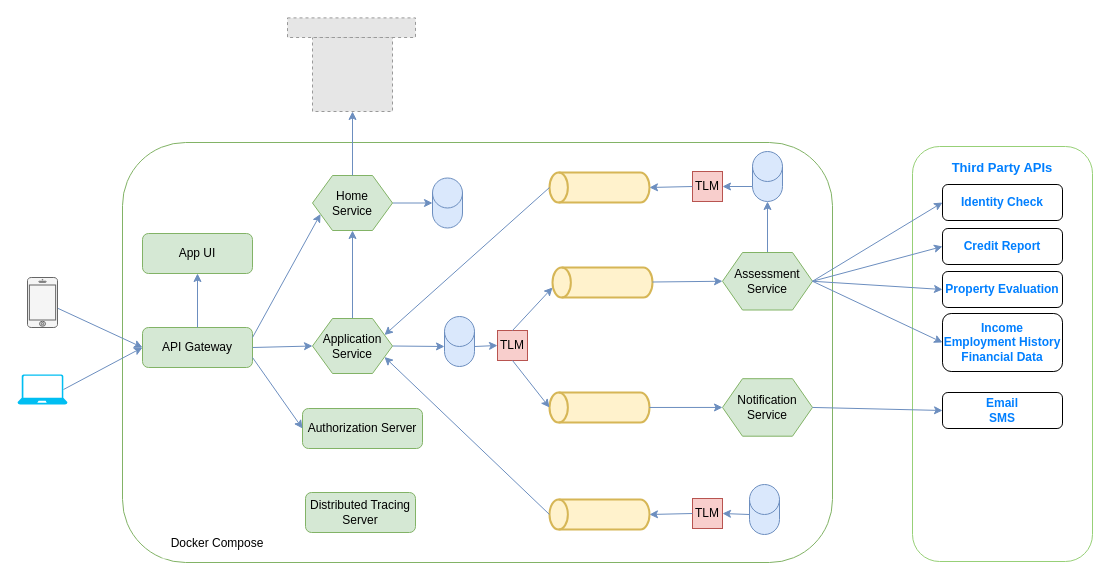
Before: 02-architecture/02-logical-components-docker.drawio in huynm20051990/loan-origination-system, a draw.io diagram. Source tidied: cells renumbered, new cells numbered last; positions are measured from the earlier drawing's top-left corner, leaving out a move shared by most shapes. Both pictures are drawn from the tidied source at 100%, with x=0, y=0 at pixel (17, 17). Pictures stored in the file or linked from it are replaced by grey dashed boxes.
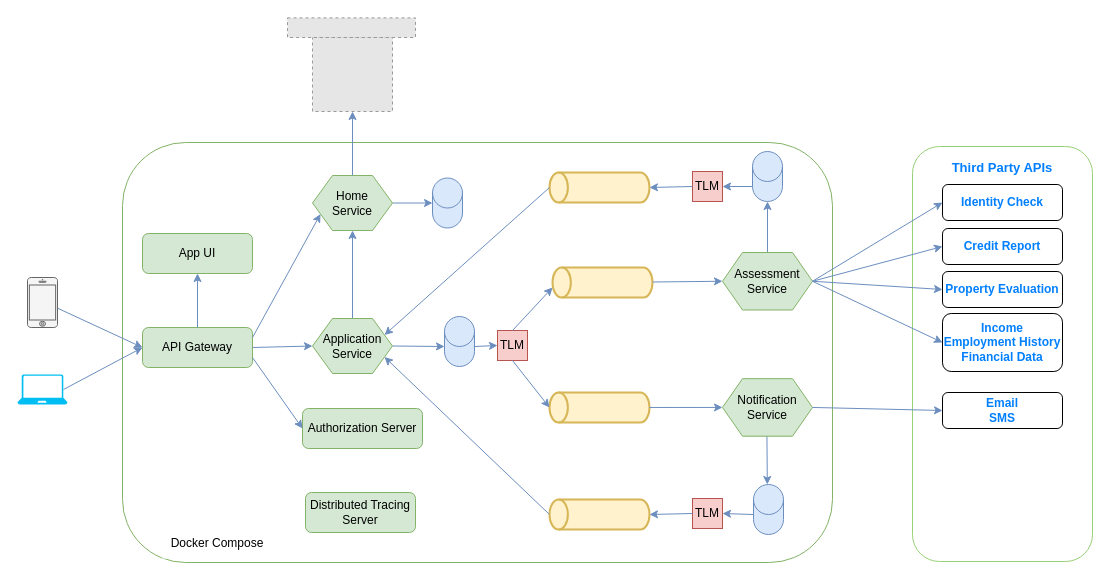
The same diagram, later.

Change to the diagram source:
```diff
@@
     <mxCell id="32" style="shape=cylinder3;whiteSpace=wrap;html=1;boundedLbl=1;backgroundOutline=1;size=15;fillColor=#dae8fc;strokeColor=#6c8ebf;" parent="1" vertex="1">
-      <mxGeometry x="732" y="467" width="30" height="50" as="geometry" />
+      <mxGeometry x="736" y="467" width="30" height="50" as="geometry" />
     </mxCell>
+    <mxCell id="61" style="endArrow=classic;html=1;rounded=0;exitX=0.5;exitY=1;exitDx=0;exitDy=0;fillColor=#dae8fc;strokeColor=#6c8ebf;" parent="1" edge="1">
+      <mxGeometry relative="1" as="geometry">
+        <mxPoint x="749.4" y="413" as="sourcePoint" />
+        <mxPoint x="749.8" y="467" as="targetPoint" />
+      </mxGeometry>
+    </mxCell>
```
